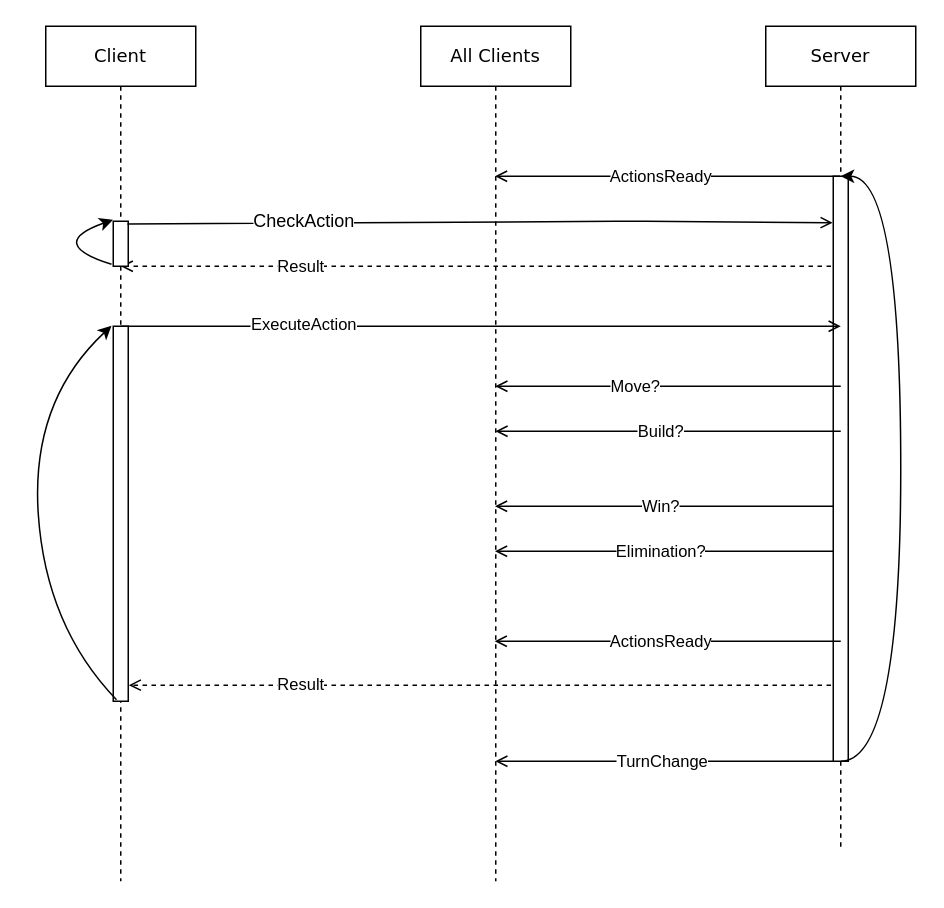
Above: page "Page-3" (3 of 4) of uml/communication.drawio in imDema/ing-sw-2020-Centurelli-DeMartini-Deori (draw.io), before the change. Source tidied: cells renumbered, new cells numbered last; positions are measured from the earlier drawing's top-left corner, leaving out a move shared by most shapes. Both pictures are drawn from the tidied source at 150%, with x=0, y=0 at pixel (30, 26).
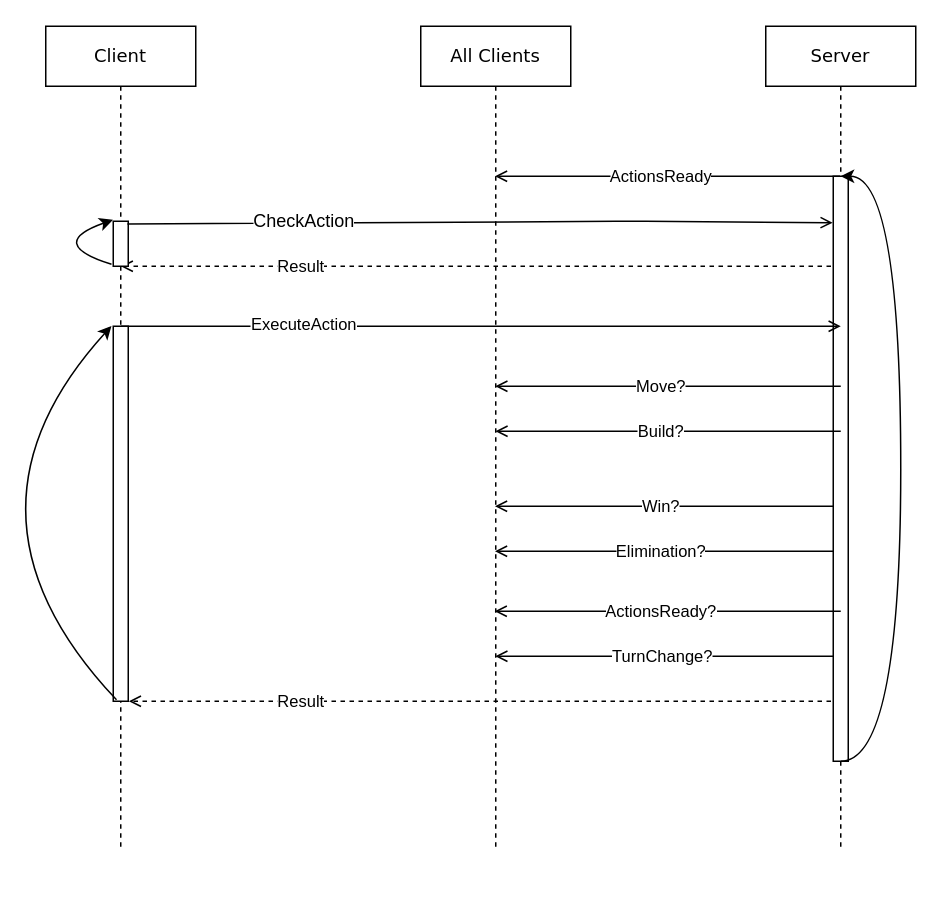
The same diagram, later.

Unchanged cells that the change refers to:
```xml
<mxCell id="8" value="Server" style="shape=umlLifeline;perimeter=lifelinePerimeter;whiteSpace=wrap;html=1;outlineConnect=0;rounded=0;shadow=0;comic=0;labelBackgroundColor=none;strokeWidth=1;fontFamily=Verdana;fontSize=12;align=center;" parent="1" vertex="1">
  <mxGeometry x="490" width="100" height="550" as="geometry" />
</mxCell>
<mxCell id="16" style="html=1;points=[];perimeter=orthogonalPerimeter;rounded=0;" parent="14" vertex="1">
  <mxGeometry x="45" y="200" width="10" height="250" as="geometry" />
</mxCell>
```

The edit, as a diff of the source:
```diff
@@
-    <mxCell id="4" value="Result" style="edgeStyle=none;rounded=0;jettySize=auto;html=1;endArrow=open;endFill=0;dashed=1;entryX=1.038;entryY=0.957;entryDx=0;entryDy=0;entryPerimeter=0;" parent="1" edge="1" source="8" target="16">
-      <mxGeometry x="0.52" relative="1" as="geometry" />
+    <mxCell id="4" value="Result" style="edgeStyle=none;rounded=0;orthogonalLoop=1;jettySize=auto;html=1;endArrow=open;endFill=0;dashed=1;entryX=1.038;entryY=0.957;entryDx=0;entryDy=0;entryPerimeter=0;" parent="1" edge="1">
+      <mxGeometry x="0.52" relative="1" as="geometry">
+        <mxPoint x="539.5" y="450" as="sourcePoint" />
+        <mxPoint x="65.4" y="450" as="targetPoint" />
+      </mxGeometry>
     </mxCell>
@@
-    <mxCell id="7" value="TurnChange" style="edgeStyle=none;rounded=0;orthogonalLoop=1;jettySize=auto;html=1;endArrow=open;endFill=0;" parent="1" edge="1">
+    <mxCell id="7" value="TurnChange?" style="edgeStyle=none;rounded=0;orthogonalLoop=1;jettySize=auto;html=1;endArrow=open;endFill=0;" parent="1" edge="1">
       <mxGeometry x="0.61" relative="1" as="geometry">
-        <mxPoint x="540" y="490" as="sourcePoint" />
-        <mxPoint x="309.7" y="490" as="targetPoint" />
+        <mxPoint x="540" y="420" as="sourcePoint" />
+        <mxPoint x="309.7" y="420" as="targetPoint" />
         <Array as="points">
-          <mxPoint x="360" y="490" />
-          <mxPoint x="530" y="490" />
+          <mxPoint x="360" y="420" />
+          <mxPoint x="530" y="420" />
         </Array>
       </mxGeometry>
     </mxCell>
@@
     <mxCell id="10" value="All Clients" style="shape=umlLifeline;perimeter=lifelinePerimeter;whiteSpace=wrap;html=1;outlineConnect=0;rounded=0;shadow=0;comic=0;labelBackgroundColor=none;strokeWidth=1;fontFamily=Verdana;fontSize=12;align=center;" parent="1" vertex="1">
-      <mxGeometry x="260" width="100" height="570" as="geometry" />
+      <mxGeometry x="260" width="100" height="550" as="geometry" />
     </mxCell>
@@
     <mxCell id="12" value="Move?" style="rounded=0;orthogonalLoop=1;jettySize=auto;html=1;endArrow=open;endFill=0;" parent="1" edge="1">
-      <mxGeometry x="0.19" relative="1" as="geometry">
+      <mxGeometry x="0.04" relative="1" as="geometry">
         <mxPoint x="540" y="240" as="sourcePoint" />
         <mxPoint x="309.7" y="240" as="targetPoint" />
       </mxGeometry>
     </mxCell>
@@
     <mxCell id="14" value="Client" style="shape=umlLifeline;perimeter=lifelinePerimeter;whiteSpace=wrap;html=1;rounded=0;shadow=0;comic=0;labelBackgroundColor=none;strokeWidth=1;fontFamily=Verdana;fontSize=12;align=center;" parent="1" vertex="1">
-      <mxGeometry x="10" width="100" height="570" as="geometry" />
+      <mxGeometry x="10" width="100" height="550" as="geometry" />
     </mxCell>
@@
-    <mxCell id="17" style="curved=1;endArrow=classic;html=1;exitX=0.217;exitY=0.996;exitDx=0;exitDy=0;exitPerimeter=0;entryX=-0.117;entryY=-0.001;entryDx=0;entryDy=0;entryPerimeter=0;" parent="14" edge="1" source="16" target="16">
+    <mxCell id="17" style="endArrow=classic;html=1;exitX=0.217;exitY=0.996;exitDx=0;exitDy=0;exitPerimeter=0;entryX=-0.117;entryY=-0.001;entryDx=0;entryDy=0;entryPerimeter=0;curved=1;" parent="14" edge="1" source="16" target="16">
       <mxGeometry relative="1" as="geometry">
         <Array as="points">
-          <mxPoint y="400" />
-          <mxPoint x="-10" y="250" />
+          <mxPoint x="-70" y="325" />
         </Array>
       </mxGeometry>
     </mxCell>
@@
-    <mxCell id="21" value="ActionsReady" style="endArrow=open;html=1;endFill=0;" parent="1" edge="1">
+    <mxCell id="21" value="ActionsReady?" style="endArrow=open;html=1;endFill=0;" parent="1" edge="1">
       <mxGeometry x="0.04" relative="1" as="geometry">
-        <mxPoint x="540" y="410" as="sourcePoint" />
-        <mxPoint x="309.3" y="410" as="targetPoint" />
+        <mxPoint x="540" y="390" as="sourcePoint" />
+        <mxPoint x="309.3" y="390" as="targetPoint" />
         <Array as="points">
-          <mxPoint x="469.5" y="410" />
+          <mxPoint x="469.5" y="390" />
         </Array>
       </mxGeometry>
     </mxCell>
```
